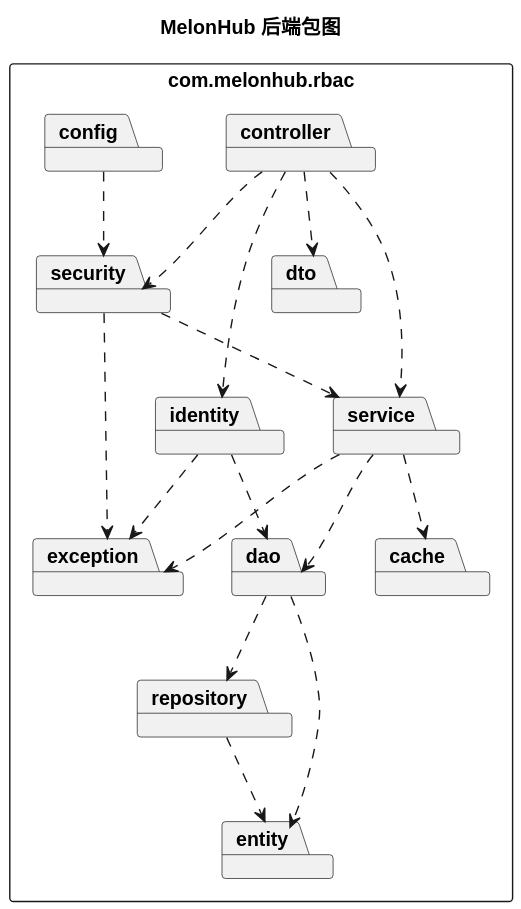
Earlier version of the PlantUML export doc/uml/packages.svg (IKEA-v/MelonHub). Source of this version:
```plantuml
@startuml
title MelonHub 后端包图
skinparam packageStyle rectangle
skinparam shadowing false
top to bottom direction
package "com.melonhub.rbac" {
  package controller
  package security
  package dto
  package identity
  package service
  package cache
  package dao
  package repository
  package entity
  package config
  package exception
}
controller ..> dto
controller ..> service
controller ..> identity
controller ..> security
security ..> service
security ..> exception
identity ..> dao
identity ..> exception
service ..> dao
service ..> cache
service ..> exception
dao ..> repository
dao ..> entity
repository ..> entity
config ..> security
@enduml
```
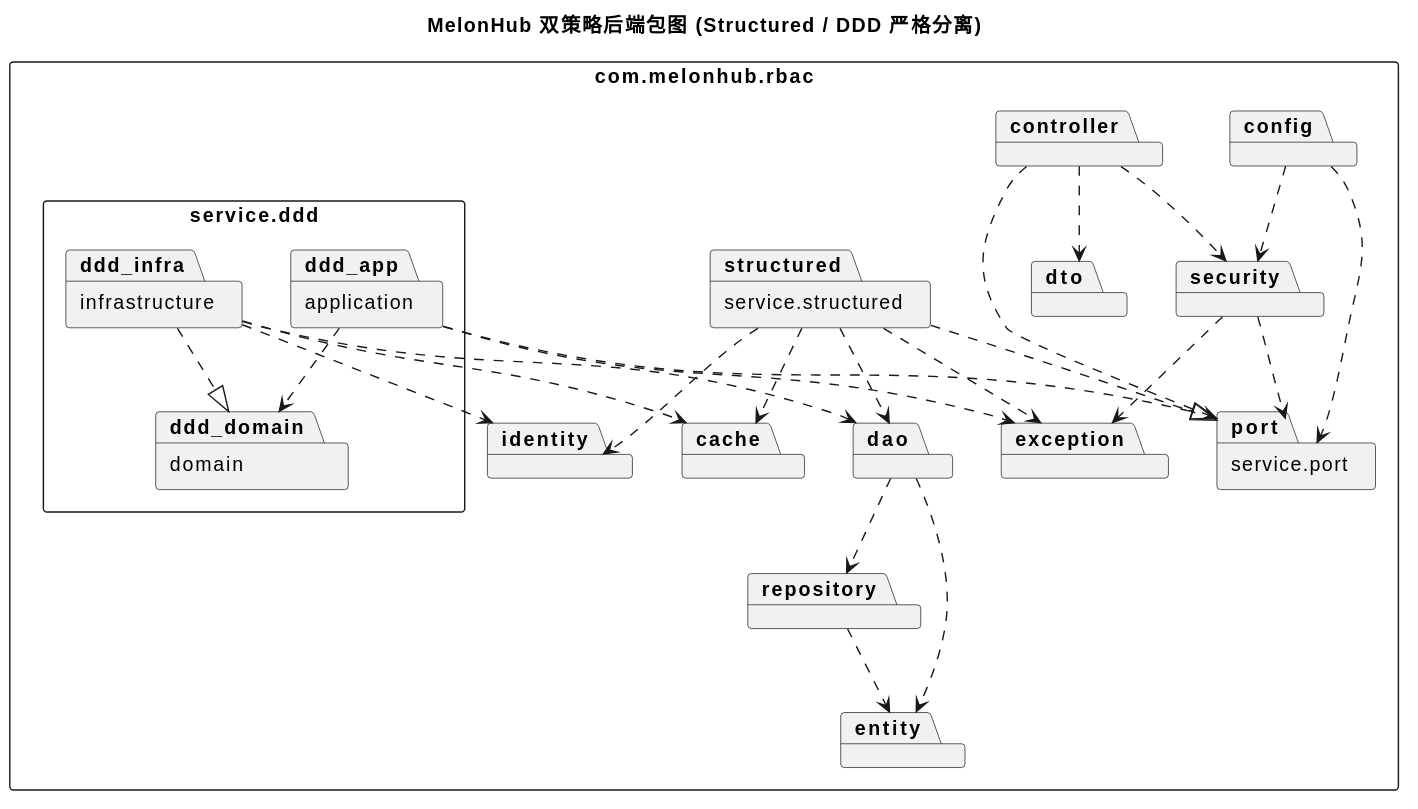
After the commit.

The edit, as a diff of the source:
```diff
@@ -1,5 +1,5 @@
 @startuml
-title MelonHub 后端包图
+title MelonHub 双策略后端包图 (Structured / DDD 严格分离)
 skinparam packageStyle rectangle
 skinparam shadowing false
 top to bottom direction
@@ -7,28 +7,41 @@
   package controller
   package security
   package dto
+  package exception
+  package config
+  package "service.port" as port
+  package "service.structured" as structured
+  package "service.ddd" {
+    package application as ddd_app
+    package domain as ddd_domain
+    package infrastructure as ddd_infra
+  }
   package identity
-  package service
   package cache
   package dao
   package repository
   package entity
-  package config
-  package exception
 }
 controller ..> dto
-controller ..> service
-controller ..> identity
+controller ..> port
 controller ..> security
-security ..> service
+security ..> port
 security ..> exception
-identity ..> dao
-identity ..> exception
-service ..> dao
-service ..> cache
-service ..> exception
+config ..> port
+config ..> security
+structured ..|> port
+structured ..> dao
+structured ..> cache
+structured ..> identity
+structured ..> exception
+ddd_app ..|> port
+ddd_app ..> ddd_domain
+ddd_app ..> exception
+ddd_infra ..|> ddd_domain
+ddd_infra ..> dao
+ddd_infra ..> cache
+ddd_infra ..> identity
 dao ..> repository
 dao ..> entity
 repository ..> entity
-config ..> security
 @enduml
```
